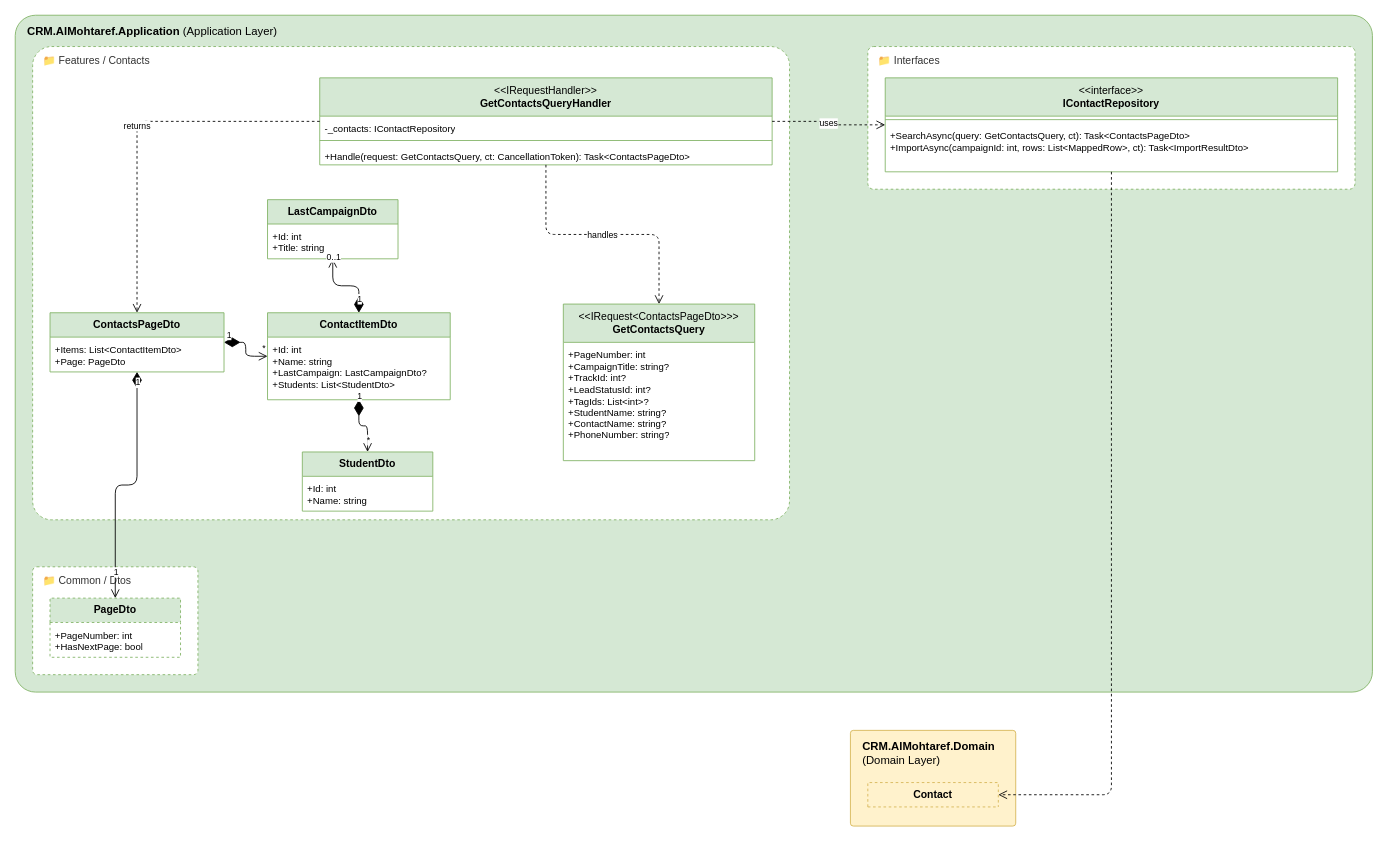
Earlier version of the draw.io diagram page "05 Contacts" (5 of 10) of docs/design/class-design/application.drawio (QF-MJ/crm-al-mohtaref). Source tidied: cells renumbered, new cells numbered last; positions are measured from the earlier drawing's top-left corner, leaving out a move shared by most shapes. Both pictures are drawn from the tidied source at 87%, with x=0, y=0 at pixel (15, 15).
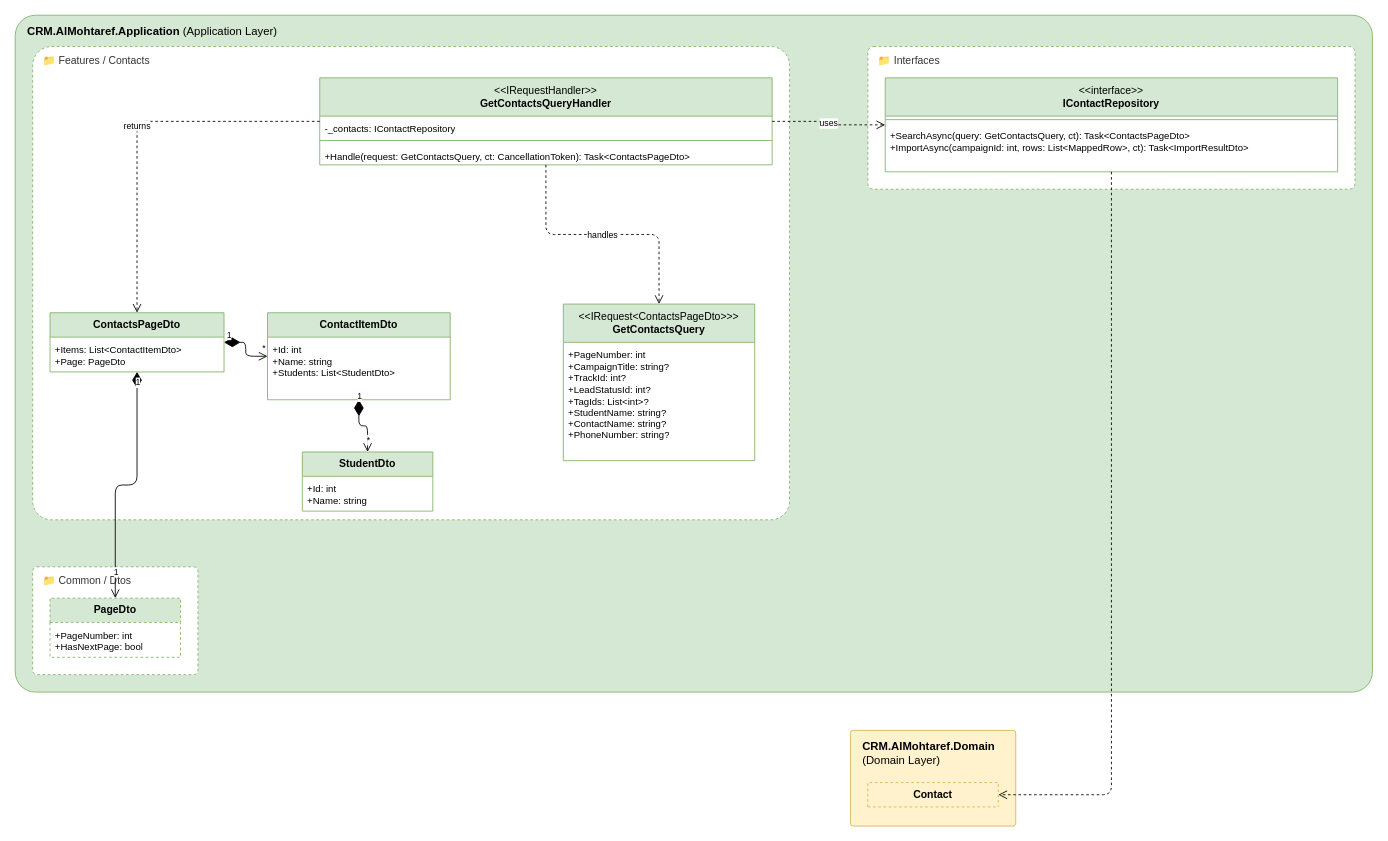
The same page after the edit.

Unchanged cells that the change refers to:
```xml
<mxCell id="3" value="📁 Features / Contacts" style="rounded=1;whiteSpace=wrap;html=1;verticalAlign=top;align=left;spacingLeft=10;spacingTop=2;arcSize=4;fillColor=#FFFFFF;strokeColor=#82b366;dashed=1;fontSize=12;fontColor=#333333;" parent="2" vertex="1">
  <mxGeometry x="20" y="36" width="870" height="544" as="geometry" />
</mxCell>
<mxCell id="12" value="&lt;b&gt;ContactItemDto&lt;/b&gt;" style="swimlane;fontStyle=0;align=center;verticalAlign=middle;horizontal=1;startSize=28;html=1;whiteSpace=wrap;fontSize=12;fillColor=#d5e8d4;strokeColor=#82b366;swimlaneFillColor=#FFFFFF;" parent="3" vertex="1">
  <mxGeometry x="270" y="306" width="210" height="100" as="geometry" />
</mxCell>
```

Change to the diagram source:
```diff
@@
-    <mxCell id="13" value="+Id: int&lt;br&gt;+Name: string&lt;br&gt;+LastCampaign: LastCampaignDto?&lt;br&gt;+Students: List&amp;lt;StudentDto&amp;gt;" style="text;strokeColor=none;fillColor=none;align=left;verticalAlign=top;spacingLeft=4;spacingRight=4;spacingTop=2;overflow=hidden;whiteSpace=wrap;html=1;fontSize=11;" parent="12" vertex="1">
+    <mxCell id="13" value="+Id: int&lt;br&gt;+Name: string&lt;br&gt;+Students: List&amp;lt;StudentDto&amp;gt;" style="text;strokeColor=none;fillColor=none;align=left;verticalAlign=top;spacingLeft=4;spacingRight=4;spacingTop=2;overflow=hidden;whiteSpace=wrap;html=1;fontSize=11;" parent="12" vertex="1">
       <mxGeometry y="28" width="210" height="72" as="geometry" />
     </mxCell>
-    <mxCell id="14" value="&lt;b&gt;LastCampaignDto&lt;/b&gt;" style="swimlane;fontStyle=0;align=center;verticalAlign=middle;horizontal=1;startSize=28;html=1;whiteSpace=wrap;fontSize=12;fillColor=#d5e8d4;strokeColor=#82b366;swimlaneFillColor=#FFFFFF;" parent="3" vertex="1">
-      <mxGeometry x="270" y="176" width="150" height="68" as="geometry" />
-    </mxCell>
-    <mxCell id="15" value="+Id: int&lt;br&gt;+Title: string" style="text;strokeColor=none;fillColor=none;align=left;verticalAlign=top;spacingLeft=4;spacingRight=4;spacingTop=2;overflow=hidden;whiteSpace=wrap;html=1;fontSize=11;" parent="14" vertex="1">
-      <mxGeometry y="28" width="150" height="40" as="geometry" />
-    </mxCell>
@@
-    <mxCell id="31" style="startArrow=diamondThin;startFill=1;startSize=16;endArrow=open;endSize=8;html=1;edgeStyle=orthogonalEdgeStyle;rounded=1;fontSize=10;labelBackgroundColor=#FFFFFF;" parent="1" edge="1" source="12" target="14">
-      <mxGeometry relative="1" as="geometry" />
-    </mxCell>
-    <mxCell id="32" value="1" style="edgeLabel;html=1;align=center;verticalAlign=middle;fontSize=10;" parent="31" vertex="1">
-      <mxGeometry x="-0.85" relative="1" as="geometry">
-        <mxPoint y="-10" as="offset" />
-      </mxGeometry>
-    </mxCell>
-    <mxCell id="33" value="0..1" style="edgeLabel;html=1;align=center;verticalAlign=middle;fontSize=10;" parent="31" vertex="1">
-      <mxGeometry x="0.85" relative="1" as="geometry">
-        <mxPoint y="-10" as="offset" />
-      </mxGeometry>
-    </mxCell>
```
